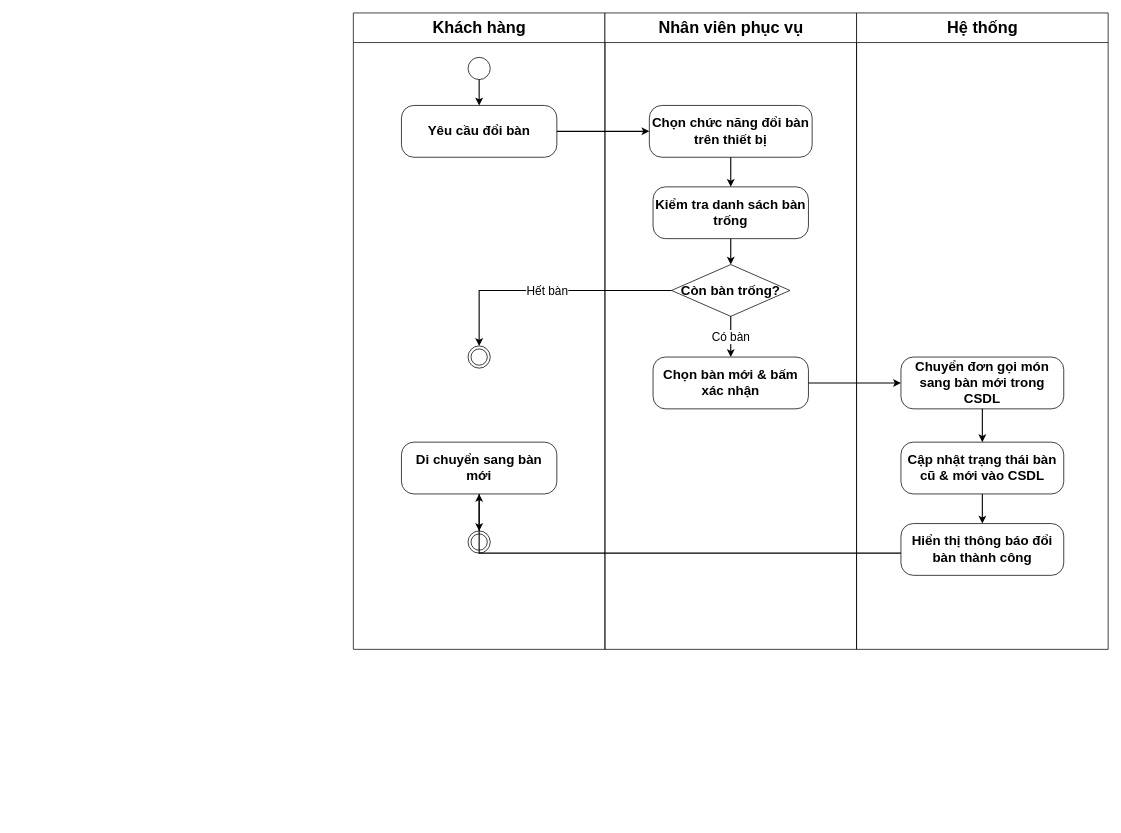
This is docs/phase1/drawio/ad07_change_table.drawio from AndrewQng/VinDining, a draw.io file, before an edit. Source tidied: cells renumbered, new cells numbered last; positions are measured from the earlier drawing's top-left corner, leaving out a move shared by most shapes. Both pictures are drawn from the tidied source at 74%, with x=0, y=0 at pixel (353, 13).
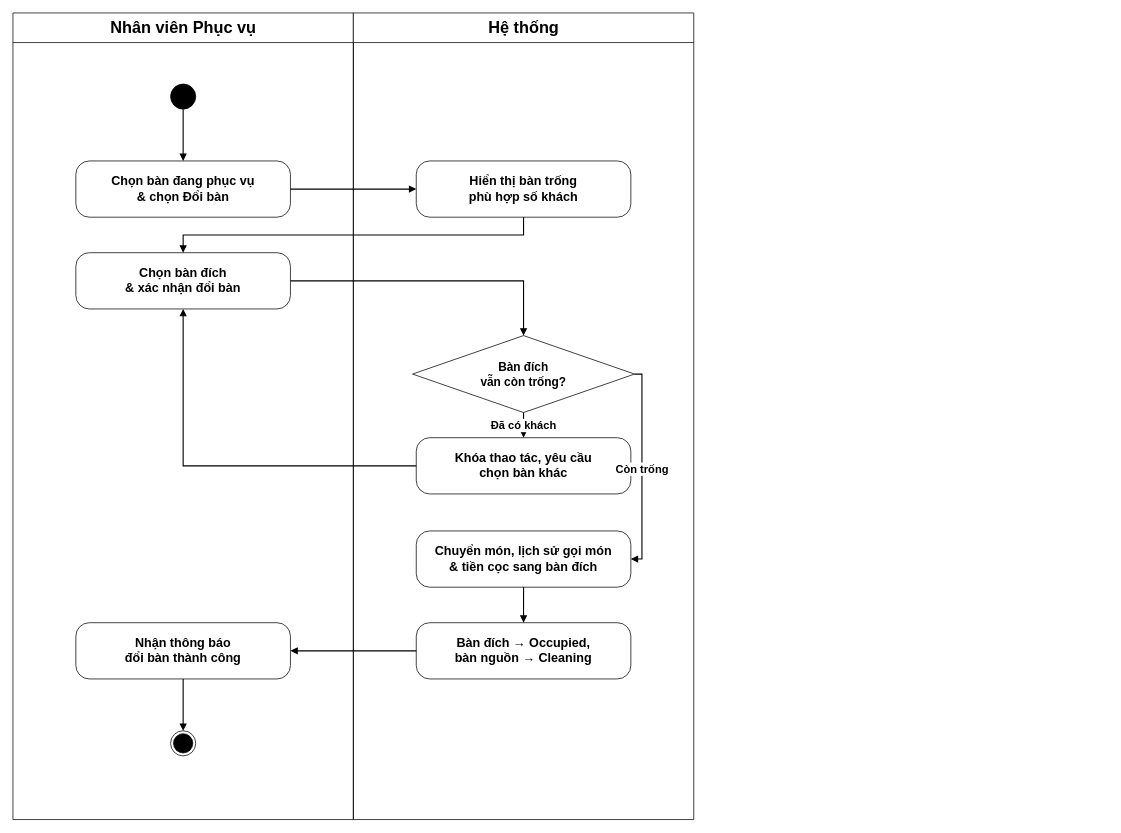
The same page after the edit.

What changed in the source:
```diff
@@
+    <mxCell id="28" value="Nhân viên Phục vụ" style="swimlane;html=1;startSize=40;horizontal=1;fontStyle=1;fontSize=22;align=center;verticalAlign=middle;swimlaneLine=1;" parent="1" vertex="1">
+      <mxGeometry x="-460" width="460" height="1090" as="geometry" />
+    </mxCell>
-    <mxCell id="2" value="Khách hàng" style="swimlane;html=1;startSize=40;horizontal=1;fontStyle=1;fontSize=22;align=center;verticalAlign=middle;swimlaneLine=1;" parent="1" vertex="1">
-      <mxGeometry width="340" height="860" as="geometry" />
+    <mxCell id="2" value="Hệ thống" style="swimlane;html=1;startSize=40;horizontal=1;fontStyle=1;fontSize=22;align=center;verticalAlign=middle;swimlaneLine=1;" parent="1" vertex="1">
+      <mxGeometry width="460" height="1090" as="geometry" />
     </mxCell>
-    <mxCell id="3" style="ellipse;whiteSpace=wrap;html=1;fontSize=18;" parent="2" vertex="1">
-      <mxGeometry x="155" y="60" width="30" height="30" as="geometry" />
-    </mxCell>
-    <mxCell id="4" value="Yêu cầu đổi bàn" style="rounded=1;arcSize=24;whiteSpace=wrap;html=1;fontStyle=1;fontSize=18;align=center;verticalAlign=middle;" parent="2" vertex="1">
-      <mxGeometry x="65" y="125" width="210" height="70" as="geometry" />
-    </mxCell>
-    <mxCell id="5" style="ellipse;html=1;shape=endState;fontSize=18;" parent="2" vertex="1">
-      <mxGeometry x="155" y="450" width="30" height="30" as="geometry" />
-    </mxCell>
-    <mxCell id="6" value="Di chuyển sang bàn mới" style="rounded=1;arcSize=24;whiteSpace=wrap;html=1;fontStyle=1;fontSize=18;align=center;verticalAlign=middle;" parent="2" vertex="1">
-      <mxGeometry x="65" y="580" width="210" height="70" as="geometry" />
-    </mxCell>
-    <mxCell id="7" style="ellipse;html=1;shape=endState;fontSize=18;" parent="2" vertex="1">
-      <mxGeometry x="155" y="700" width="30" height="30" as="geometry" />
-    </mxCell>
-    <mxCell id="8" style="edgeStyle=orthogonalEdgeStyle;rounded=0;strokeWidth=1.5;html=1;fontSize=16;" parent="2" edge="1" source="6" target="7">
-      <mxGeometry relative="1" as="geometry" />
-    </mxCell>
-    <mxCell id="9" value="Nhân viên phục vụ" style="swimlane;html=1;startSize=40;horizontal=1;fontStyle=1;fontSize=22;align=center;verticalAlign=middle;swimlaneLine=1;" parent="1" vertex="1">
-      <mxGeometry x="340" width="340" height="860" as="geometry" />
-    </mxCell>
-    <mxCell id="10" value="Chọn chức năng đổi bàn trên thiết bị" style="rounded=1;arcSize=24;whiteSpace=wrap;html=1;fontStyle=1;fontSize=18;align=center;verticalAlign=middle;" parent="9" vertex="1">
-      <mxGeometry x="60" y="125" width="220" height="70" as="geometry" />
-    </mxCell>
-    <mxCell id="11" value="Kiểm tra danh sách bàn trống" style="rounded=1;arcSize=24;whiteSpace=wrap;html=1;fontStyle=1;fontSize=18;align=center;verticalAlign=middle;" parent="9" vertex="1">
-      <mxGeometry x="65" y="235" width="210" height="70" as="geometry" />
-    </mxCell>
-    <mxCell id="12" value="Còn bàn trống?" style="rhombus;whiteSpace=wrap;html=1;fontStyle=1;fontSize=18;align=center;verticalAlign=middle;" parent="9" vertex="1">
-      <mxGeometry x="90" y="340" width="160" height="70" as="geometry" />
-    </mxCell>
-    <mxCell id="13" value="Chọn bàn mới &amp;amp; bấm xác nhận" style="rounded=1;arcSize=24;whiteSpace=wrap;html=1;fontStyle=1;fontSize=18;align=center;verticalAlign=middle;" parent="9" vertex="1">
-      <mxGeometry x="65" y="465" width="210" height="70" as="geometry" />
-    </mxCell>
-    <mxCell id="14" style="edgeStyle=orthogonalEdgeStyle;rounded=0;strokeWidth=1.5;html=1;fontSize=16;" parent="9" edge="1" source="11" target="12">
-      <mxGeometry relative="1" as="geometry" />
-    </mxCell>
-    <mxCell id="15" value="Có bàn" style="edgeStyle=orthogonalEdgeStyle;rounded=0;strokeWidth=1.5;html=1;fontSize=16;labelBackgroundColor=#ffffff;" parent="9" edge="1" source="12" target="13">
-      <mxGeometry relative="1" as="geometry" />
-    </mxCell>
-    <mxCell id="16" value="Hệ thống" style="swimlane;html=1;startSize=40;horizontal=1;fontStyle=1;fontSize=22;align=center;verticalAlign=middle;swimlaneLine=1;" parent="1" vertex="1">
-      <mxGeometry x="680" width="340" height="860" as="geometry" />
-    </mxCell>
-    <mxCell id="17" value="Chuyển đơn gọi món sang bàn mới trong CSDL" style="rounded=1;arcSize=24;whiteSpace=wrap;html=1;fontStyle=1;fontSize=18;align=center;verticalAlign=middle;" parent="16" vertex="1">
-      <mxGeometry x="60" y="465" width="220" height="70" as="geometry" />
-    </mxCell>
-    <mxCell id="18" value="Cập nhật trạng thái bàn cũ &amp;amp; mới vào CSDL" style="rounded=1;arcSize=24;whiteSpace=wrap;html=1;fontStyle=1;fontSize=18;align=center;verticalAlign=middle;" parent="16" vertex="1">
-      <mxGeometry x="60" y="580" width="220" height="70" as="geometry" />
-    </mxCell>
-    <mxCell id="19" value="Hiển thị thông báo đổi bàn thành công" style="rounded=1;arcSize=24;whiteSpace=wrap;html=1;fontStyle=1;fontSize=18;align=center;verticalAlign=middle;" parent="16" vertex="1">
-      <mxGeometry x="60" y="690" width="220" height="70" as="geometry" />
-    </mxCell>
-    <mxCell id="20" style="edgeStyle=orthogonalEdgeStyle;rounded=0;strokeWidth=1.5;html=1;fontSize=16;" parent="16" edge="1" source="17" target="18">
-      <mxGeometry relative="1" as="geometry" />
-    </mxCell>
-    <mxCell id="21" style="edgeStyle=orthogonalEdgeStyle;rounded=0;strokeWidth=1.5;html=1;fontSize=16;" parent="16" edge="1" source="18" target="19">
-      <mxGeometry relative="1" as="geometry" />
-    </mxCell>
-    <mxCell id="22" style="edgeStyle=orthogonalEdgeStyle;rounded=0;strokeWidth=1.5;html=1;fontSize=16;" parent="1" edge="1" source="3" target="4">
-      <mxGeometry relative="1" as="geometry" />
-    </mxCell>
-    <mxCell id="23" style="edgeStyle=orthogonalEdgeStyle;rounded=0;strokeWidth=1.5;html=1;fontSize=16;" parent="1" edge="1" source="4" target="10">
-      <mxGeometry relative="1" as="geometry" />
-    </mxCell>
-    <mxCell id="24" style="edgeStyle=orthogonalEdgeStyle;rounded=0;strokeWidth=1.5;html=1;fontSize=16;" parent="1" edge="1" source="10" target="11">
-      <mxGeometry relative="1" as="geometry" />
-    </mxCell>
-    <mxCell id="25" value="Hết bàn" style="edgeStyle=orthogonalEdgeStyle;rounded=0;strokeWidth=1.5;html=1;fontSize=16;labelBackgroundColor=#ffffff;" parent="1" edge="1" source="12" target="5">
-      <mxGeometry relative="1" as="geometry" />
-    </mxCell>
-    <mxCell id="26" style="edgeStyle=orthogonalEdgeStyle;rounded=0;strokeWidth=1.5;html=1;fontSize=16;" parent="1" edge="1" source="13" target="17">
-      <mxGeometry relative="1" as="geometry" />
-    </mxCell>
-    <mxCell id="27" style="edgeStyle=orthogonalEdgeStyle;rounded=0;strokeWidth=1.5;html=1;fontSize=16;" parent="1" edge="1" source="19" target="6">
-      <mxGeometry relative="1" as="geometry">
-        <Array as="points">
-          <mxPoint x="850" y="730" />
-          <mxPoint x="170" y="730" />
-        </Array>
-      </mxGeometry>
-    </mxCell>
+    <mxCell id="29" style="ellipse;whiteSpace=wrap;html=1;fillColor=#000000;strokeColor=#000000;" parent="1" vertex="1">
+      <mxGeometry x="-247" y="96" width="34" height="34" as="geometry" />
+    </mxCell>
+    <mxCell id="30" value="Chọn bàn đang phục vụ&lt;br&gt;&amp; chọn Đổi bàn" style="rounded=1;arcSize=24;whiteSpace=wrap;html=1;fontStyle=1;fontSize=17;align=center;verticalAlign=middle;" parent="1" vertex="1">
+      <mxGeometry x="-375" y="200" width="290" height="76" as="geometry" />
+    </mxCell>
+    <mxCell id="31" value="Hiển thị bàn trống&lt;br&gt;phù hợp số khách" style="rounded=1;arcSize=24;whiteSpace=wrap;html=1;fontStyle=1;fontSize=17;align=center;verticalAlign=middle;" parent="1" vertex="1">
+      <mxGeometry x="85" y="200" width="290" height="76" as="geometry" />
+    </mxCell>
+    <mxCell id="32" value="Chọn bàn đích&lt;br&gt;&amp; xác nhận đổi bàn" style="rounded=1;arcSize=24;whiteSpace=wrap;html=1;fontStyle=1;fontSize=17;align=center;verticalAlign=middle;" parent="1" vertex="1">
+      <mxGeometry x="-375" y="324" width="290" height="76" as="geometry" />
+    </mxCell>
+    <mxCell id="33" value="Bàn đích&lt;br&gt;vẫn còn trống?" style="rhombus;whiteSpace=wrap;html=1;fontStyle=1;fontSize=16;align=center;verticalAlign=middle;" parent="1" vertex="1">
+      <mxGeometry x="80" y="436" width="300" height="104" as="geometry" />
+    </mxCell>
+    <mxCell id="34" value="Khóa thao tác, yêu cầu&lt;br&gt;chọn bàn khác" style="rounded=1;arcSize=24;whiteSpace=wrap;html=1;fontStyle=1;fontSize=17;align=center;verticalAlign=middle;" parent="1" vertex="1">
+      <mxGeometry x="85" y="574" width="290" height="76" as="geometry" />
+    </mxCell>
+    <mxCell id="35" value="Chuyển món, lịch sử gọi món&lt;br&gt;&amp; tiền cọc sang bàn đích" style="rounded=1;arcSize=24;whiteSpace=wrap;html=1;fontStyle=1;fontSize=17;align=center;verticalAlign=middle;" parent="1" vertex="1">
+      <mxGeometry x="85" y="700" width="290" height="76" as="geometry" />
+    </mxCell>
+    <mxCell id="36" value="Bàn đích → Occupied,&lt;br&gt;bàn nguồn → Cleaning" style="rounded=1;arcSize=24;whiteSpace=wrap;html=1;fontStyle=1;fontSize=17;align=center;verticalAlign=middle;" parent="1" vertex="1">
+      <mxGeometry x="85" y="824" width="290" height="76" as="geometry" />
+    </mxCell>
+    <mxCell id="37" value="Nhận thông báo&lt;br&gt;đổi bàn thành công" style="rounded=1;arcSize=24;whiteSpace=wrap;html=1;fontStyle=1;fontSize=17;align=center;verticalAlign=middle;" parent="1" vertex="1">
+      <mxGeometry x="-375" y="824" width="290" height="76" as="geometry" />
+    </mxCell>
+    <mxCell id="38" style="ellipse;html=1;shape=endState;fillColor=#000000;strokeColor=#000000;" parent="1" vertex="1">
+      <mxGeometry x="-247" y="970" width="34" height="34" as="geometry" />
+    </mxCell>
+    <mxCell id="39" style="edgeStyle=orthogonalEdgeStyle;rounded=0;strokeWidth=1.5;html=1;fontSize=15;fontStyle=1;exitX=0.5;exitY=1;exitDx=0;exitDy=0;entryX=0.5;entryY=0;entryDx=0;entryDy=0;endArrow=block;endFill=1;" parent="1" edge="1" source="29" target="30">
+      <mxGeometry relative="1" as="geometry" />
+    </mxCell>
+    <mxCell id="40" style="edgeStyle=orthogonalEdgeStyle;rounded=0;strokeWidth=1.5;html=1;fontSize=15;fontStyle=1;exitX=1;exitY=0.5;exitDx=0;exitDy=0;entryX=0;entryY=0.5;entryDx=0;entryDy=0;endArrow=block;endFill=1;" parent="1" edge="1" source="30" target="31">
+      <mxGeometry relative="1" as="geometry" />
+    </mxCell>
+    <mxCell id="41" style="edgeStyle=orthogonalEdgeStyle;rounded=0;strokeWidth=1.5;html=1;fontSize=15;fontStyle=1;exitX=0.5;exitY=1;exitDx=0;exitDy=0;entryX=0.5;entryY=0;entryDx=0;entryDy=0;endArrow=block;endFill=1;" parent="1" edge="1" source="31" target="32">
+      <mxGeometry relative="1" as="geometry" />
+    </mxCell>
+    <mxCell id="42" style="edgeStyle=orthogonalEdgeStyle;rounded=0;strokeWidth=1.5;html=1;fontSize=15;fontStyle=1;exitX=1;exitY=0.5;exitDx=0;exitDy=0;entryX=0.5;entryY=0;entryDx=0;entryDy=0;endArrow=block;endFill=1;" parent="1" edge="1" source="32" target="33">
+      <mxGeometry relative="1" as="geometry" />
+    </mxCell>
+    <mxCell id="43" value="Đã có khách" style="edgeStyle=orthogonalEdgeStyle;rounded=0;strokeWidth=1.5;html=1;fontSize=15;fontStyle=1;exitX=0.5;exitY=1;exitDx=0;exitDy=0;entryX=0.5;entryY=0;entryDx=0;entryDy=0;endArrow=block;endFill=1;" parent="1" edge="1" source="33" target="34">
+      <mxGeometry relative="1" as="geometry" />
+    </mxCell>
+    <mxCell id="44" style="edgeStyle=orthogonalEdgeStyle;rounded=0;strokeWidth=1.5;html=1;fontSize=15;fontStyle=1;exitX=0;exitY=0.5;exitDx=0;exitDy=0;entryX=0.5;entryY=1;entryDx=0;entryDy=0;endArrow=block;endFill=1;" parent="1" edge="1" source="34" target="32">
+      <mxGeometry relative="1" as="geometry" />
+    </mxCell>
+    <mxCell id="45" value="Còn trống" style="edgeStyle=orthogonalEdgeStyle;rounded=0;strokeWidth=1.5;html=1;fontSize=15;fontStyle=1;exitX=1;exitY=0.5;exitDx=0;exitDy=0;entryX=1;entryY=0.5;entryDx=0;entryDy=0;endArrow=block;endFill=1;" parent="1" edge="1" source="33" target="35">
+      <mxGeometry relative="1" as="geometry" />
+    </mxCell>
+    <mxCell id="46" style="edgeStyle=orthogonalEdgeStyle;rounded=0;strokeWidth=1.5;html=1;fontSize=15;fontStyle=1;exitX=0.5;exitY=1;exitDx=0;exitDy=0;entryX=0.5;entryY=0;entryDx=0;entryDy=0;endArrow=block;endFill=1;" parent="1" edge="1" source="35" target="36">
+      <mxGeometry relative="1" as="geometry" />
+    </mxCell>
+    <mxCell id="47" style="edgeStyle=orthogonalEdgeStyle;rounded=0;strokeWidth=1.5;html=1;fontSize=15;fontStyle=1;exitX=0;exitY=0.5;exitDx=0;exitDy=0;entryX=1;entryY=0.5;entryDx=0;entryDy=0;endArrow=block;endFill=1;" parent="1" edge="1" source="36" target="37">
+      <mxGeometry relative="1" as="geometry" />
+    </mxCell>
+    <mxCell id="48" style="edgeStyle=orthogonalEdgeStyle;rounded=0;strokeWidth=1.5;html=1;fontSize=15;fontStyle=1;exitX=0.5;exitY=1;exitDx=0;exitDy=0;entryX=0.5;entryY=0;entryDx=0;entryDy=0;endArrow=block;endFill=1;" parent="1" edge="1" source="37" target="38">
+      <mxGeometry relative="1" as="geometry" />
+    </mxCell>
```
